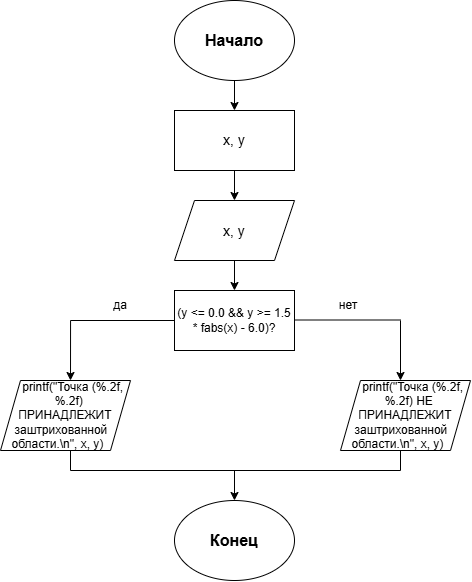
This is lab6.drawio.png from 1izax/lab6.2, a draw.io export, as it was before one commit. Source tidied: cells renumbered, new cells last; positions are measured from the earlier drawing's top-left corner, leaving out a move shared by most shapes.
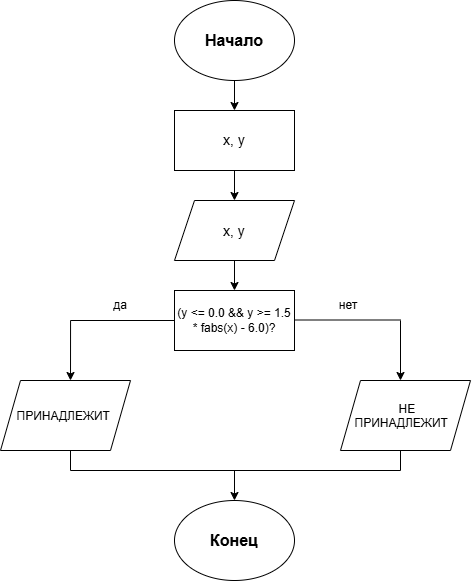
After the change.

What changed in the source:
```diff
@@ -23,10 +23,10 @@
     <mxCell id="8" value="(y &amp;lt;= 0.0 &amp;amp;&amp;amp; y &amp;gt;= 1.5 * fabs(x) - 6.0)?" style="rounded=0;whiteSpace=wrap;html=1;" parent="1" vertex="1">
       <mxGeometry x="174" y="290" width="120" height="60" as="geometry" />
     </mxCell>
-    <mxCell id="9" value="printf(&quot;Точка (%.2f, %.2f) ПРИНАДЛЕЖИТ заштрихованной области.\n&quot;, x, y)" style="shape=parallelogram;perimeter=parallelogramPerimeter;whiteSpace=wrap;html=1;shapeInside=1;fixedSize=1;" parent="1" vertex="1">
+    <mxCell id="9" value="ПРИНАДЛЕЖИТ&amp;nbsp;" style="shape=parallelogram;perimeter=parallelogramPerimeter;whiteSpace=wrap;html=1;shapeInside=1;fixedSize=1;" parent="1" vertex="1">
       <mxGeometry y="380" width="130" height="70" as="geometry" />
     </mxCell>
-    <mxCell id="10" value="printf(&quot;Точка (%.2f, %.2f) НЕ ПРИНАДЛЕЖИТ заштрихованной области.\n&quot;, x, y)" style="shape=parallelogram;perimeter=parallelogramPerimeter;whiteSpace=wrap;html=1;shapeInside=1;fixedSize=1;" parent="1" vertex="1">
+    <mxCell id="10" value="НЕ ПРИНАДЛЕЖИТ&amp;nbsp;" style="shape=parallelogram;perimeter=parallelogramPerimeter;whiteSpace=wrap;html=1;shapeInside=1;fixedSize=1;" parent="1" vertex="1">
       <mxGeometry x="340" y="380" width="130" height="70" as="geometry" />
     </mxCell>
     <mxCell id="11" value="&lt;font style=&quot;font-size: 16px;&quot;&gt;&lt;b&gt;Конец&lt;/b&gt;&lt;/font&gt;" style="ellipse;whiteSpace=wrap;html=1;shapeInside=1;" parent="1" vertex="1">
```
